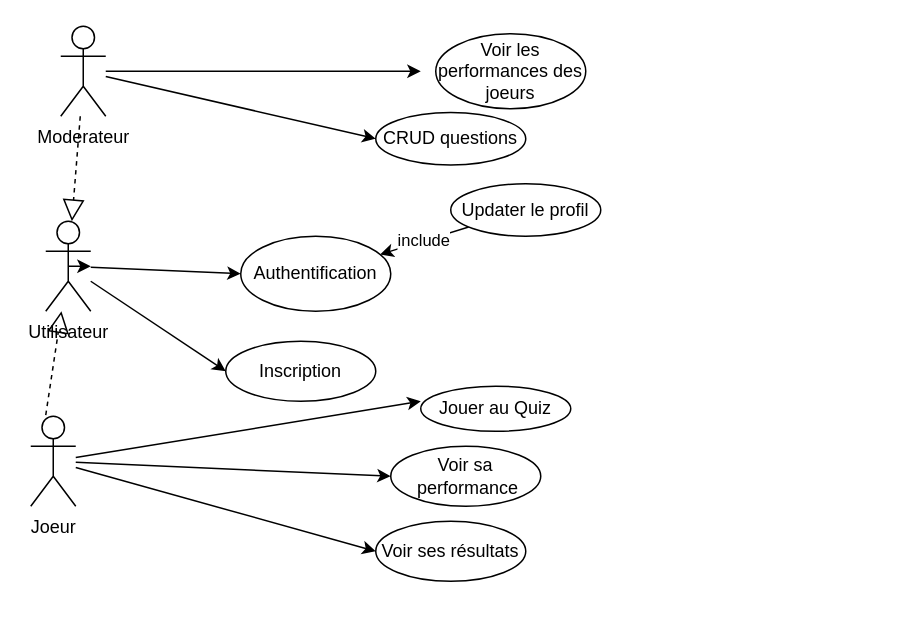
Earlier version of the draw.io diagram page "Page-1" (1 of 2) of Diagramme sans nom.drawio (murielleflora/test-repositoire). Source tidied: cells renumbered, new cells numbered last; positions are measured from the earlier drawing's top-left corner, leaving out a move shared by most shapes. Both pictures are drawn from the tidied source at 150%, with x=0, y=0 at pixel (30, 26).
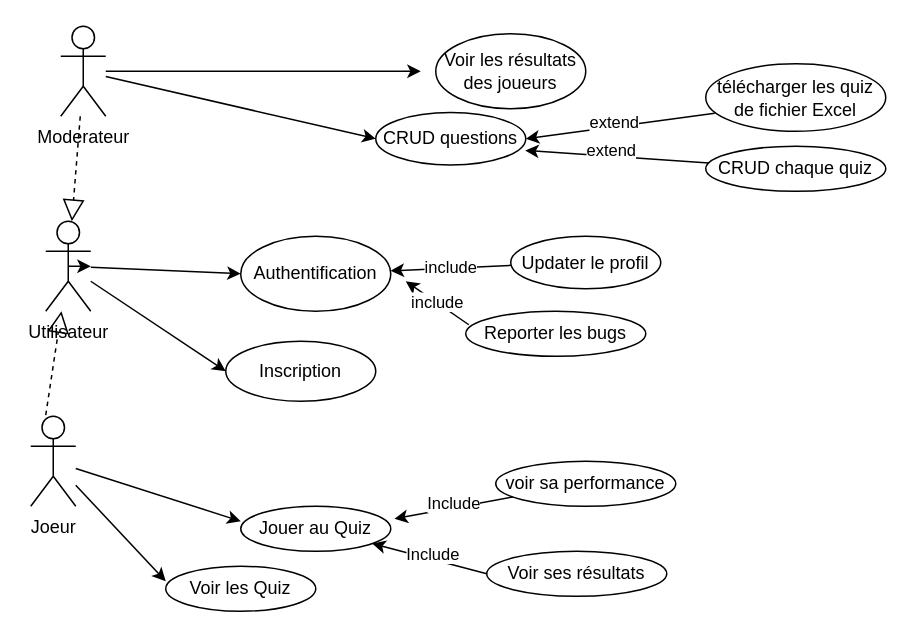
Above is the later version.

Commit message:
Mettre à jour Diagramme sans nom.drawio

The change refers to these unchanged cells:
```xml
<mxCell id="11" value="Joeur&lt;br&gt;" style="shape=umlActor;verticalLabelPosition=bottom;verticalAlign=top;html=1;outlineConnect=0;" parent="1" vertex="1">
  <mxGeometry y="260" width="30" height="60" as="geometry" />
</mxCell>
<mxCell id="16" value="CRUD questions&lt;br&gt;" style="ellipse;whiteSpace=wrap;html=1;" parent="1" vertex="1">
  <mxGeometry x="230" y="57.5" width="100" height="35" as="geometry" />
</mxCell>
```

What changed in the source:
```diff
@@
-    <mxCell id="8" style="edgeStyle=none;rounded=0;jettySize=auto;html=1;entryX=0;entryY=0.5;entryDx=0;entryDy=0;" parent="1" edge="1" source="11" target="19">
-      <mxGeometry relative="1" as="geometry" />
-    </mxCell>
-    <mxCell id="9" style="edgeStyle=none;rounded=0;jettySize=auto;html=1;entryX=0;entryY=0.5;entryDx=0;entryDy=0;" parent="1" edge="1" source="11" target="18">
-      <mxGeometry relative="1" as="geometry" />
+    <mxCell id="9" style="edgeStyle=none;rounded=0;jettySize=auto;html=1;" parent="1" edge="1" source="11">
+      <mxGeometry relative="1" as="geometry">
+        <mxPoint x="90" y="370" as="targetPoint" />
+      </mxGeometry>
     </mxCell>
     <mxCell id="10" style="edgeStyle=none;rounded=0;jettySize=auto;html=1;" parent="1" edge="1" source="11">
       <mxGeometry relative="1" as="geometry">
-        <mxPoint x="260" y="250" as="targetPoint" />
+        <mxPoint x="140" y="330" as="targetPoint" />
       </mxGeometry>
     </mxCell>
@@
     <mxCell id="13" value="Jouer au Quiz" style="ellipse;whiteSpace=wrap;html=1;" parent="1" vertex="1">
-      <mxGeometry x="260" y="240" width="100" height="30" as="geometry" />
+      <mxGeometry x="140" y="320" width="100" height="30" as="geometry" />
     </mxCell>
@@
     <mxCell id="15" value="Updater le profil" style="ellipse;whiteSpace=wrap;html=1;" parent="1" vertex="1">
-      <mxGeometry x="280" y="105" width="100" height="35" as="geometry" />
+      <mxGeometry x="320" y="140" width="100" height="35" as="geometry" />
     </mxCell>
@@
-    <mxCell id="17" value="Voir les performances des joeurs" style="ellipse;whiteSpace=wrap;html=1;" parent="1" vertex="1">
+    <mxCell id="17" value="Voir les résultats des joueurs" style="ellipse;whiteSpace=wrap;html=1;" parent="1" vertex="1">
       <mxGeometry x="270" y="5" width="100" height="50" as="geometry" />
     </mxCell>
-    <mxCell id="18" value="Voir sa&lt;br&gt;&amp;nbsp;performance" style="ellipse;whiteSpace=wrap;html=1;" parent="1" vertex="1">
-      <mxGeometry x="240" y="280" width="100" height="40" as="geometry" />
+    <mxCell id="18" value="Voir les Quiz" style="ellipse;whiteSpace=wrap;html=1;" parent="1" vertex="1">
+      <mxGeometry x="90" y="360" width="100" height="30" as="geometry" />
     </mxCell>
-    <mxCell id="19" value="Voir ses résultats" style="ellipse;whiteSpace=wrap;html=1;" parent="1" vertex="1">
-      <mxGeometry x="230" y="330" width="100" height="40" as="geometry" />
-    </mxCell>
@@
+    <mxCell id="24" value="télécharger les quiz de fichier Excel" style="ellipse;whiteSpace=wrap;html=1;" parent="1" vertex="1">
+      <mxGeometry x="450" y="25" width="120" height="45" as="geometry" />
+    </mxCell>
+    <mxCell id="25" style="endArrow=classic;html=1;rounded=0;entryX=1;entryY=0.5;entryDx=0;entryDy=0;exitX=0.05;exitY=0.733;exitDx=0;exitDy=0;exitPerimeter=0;" parent="1" edge="1" source="24" target="16">
+      <mxGeometry relative="1" as="geometry" />
+    </mxCell>
+    <mxCell id="26" value="extend" style="edgeLabel;html=1;align=center;verticalAlign=middle;" parent="25" vertex="1">
+      <mxGeometry x="0.07" y="-4" relative="1" as="geometry" />
+    </mxCell>
+    <mxCell id="27" value="voir sa performance" style="ellipse;whiteSpace=wrap;html=1;" parent="1" vertex="1">
+      <mxGeometry x="310" y="290" width="120" height="30" as="geometry" />
+    </mxCell>
+    <mxCell id="28" style="endArrow=classic;html=1;rounded=0;entryX=1.024;entryY=0.28;entryDx=0;entryDy=0;entryPerimeter=0;" parent="1" edge="1" source="27" target="13">
+      <mxGeometry relative="1" as="geometry" />
+    </mxCell>
+    <mxCell id="29" value="Include" style="edgeLabel;html=1;align=center;verticalAlign=middle;" parent="28" vertex="1">
+      <mxGeometry x="-0.01" y="-4" relative="1" as="geometry" />
+    </mxCell>
+    <mxCell id="19" value="Voir ses résultats" style="ellipse;whiteSpace=wrap;html=1;" parent="1" vertex="1">
+      <mxGeometry x="304" y="350" width="120" height="30" as="geometry" />
+    </mxCell>
+    <mxCell id="30" style="endArrow=classic;html=1;rounded=0;exitX=0;exitY=0.5;exitDx=0;exitDy=0;" parent="1" edge="1" source="19" target="13">
+      <mxGeometry relative="1" as="geometry" />
+    </mxCell>
+    <mxCell id="31" value="Include" style="edgeLabel;html=1;align=center;verticalAlign=middle;" parent="30" vertex="1">
+      <mxGeometry x="-0.01" y="-4" relative="1" as="geometry" />
+    </mxCell>
+    <mxCell id="32" value="Reporter les bugs" style="ellipse;whiteSpace=wrap;html=1;" parent="1" vertex="1">
+      <mxGeometry x="290" y="190" width="120" height="30" as="geometry" />
+    </mxCell>
+    <mxCell id="33" value="include" style="rounded=0;jettySize=auto;html=1;exitX=0.017;exitY=0.3;exitDx=0;exitDy=0;exitPerimeter=0;" parent="1" edge="1" source="32">
+      <mxGeometry relative="1" as="geometry">
+        <mxPoint x="250" y="170" as="targetPoint" />
+      </mxGeometry>
+    </mxCell>
+    <mxCell id="34" value="CRUD chaque quiz" style="ellipse;whiteSpace=wrap;html=1;" parent="1" vertex="1">
+      <mxGeometry x="450" y="80" width="120" height="30" as="geometry" />
+    </mxCell>
+    <mxCell id="35" style="endArrow=classic;html=1;rounded=0;entryX=0.996;entryY=0.723;entryDx=0;entryDy=0;entryPerimeter=0;" parent="1" edge="1" source="34" target="16">
+      <mxGeometry relative="1" as="geometry" />
+    </mxCell>
+    <mxCell id="36" value="extend" style="edgeLabel;html=1;align=center;verticalAlign=middle;" parent="35" vertex="1">
+      <mxGeometry x="0.07" y="-4" relative="1" as="geometry" />
+    </mxCell>
```
